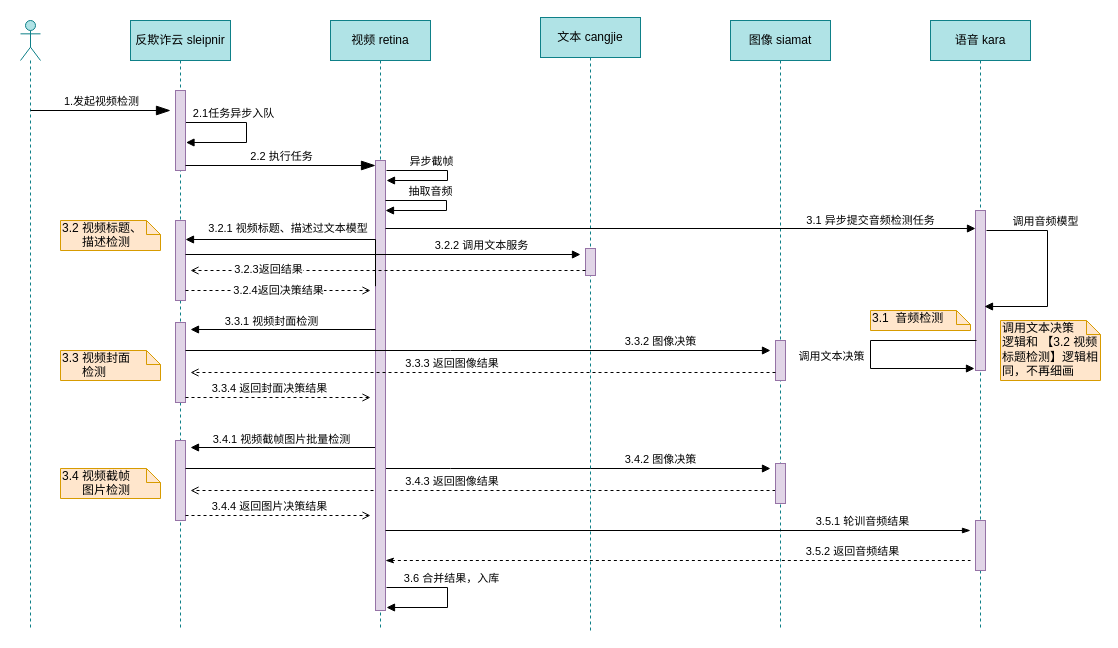
Before: 企业级调用时序图.drawio in gumuqi/draw.io, a draw.io diagram. Source tidied: cells renumbered, new cells numbered last; positions are measured from the earlier drawing's top-left corner, leaving out a move shared by most shapes. Both pictures are drawn from the tidied source at 100%, with x=0, y=0 at pixel (20, 17).
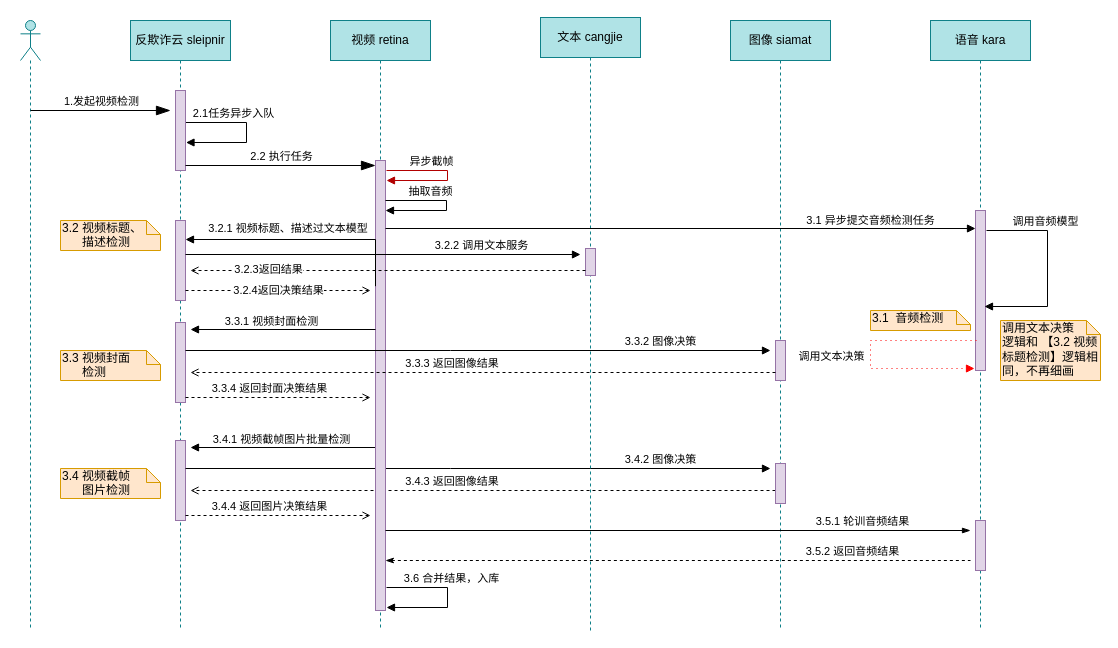
Above is the later version.

Commit message:
Update 企业级调用时序图.drawio

What changed in the source:
```diff
@@
-    <mxCell id="2" style="edgeStyle=orthogonalEdgeStyle;html=1;align=left;spacingLeft=2;endArrow=block;rounded=0;" parent="1" edge="1">
+    <mxCell id="2" style="edgeStyle=orthogonalEdgeStyle;html=1;align=left;spacingLeft=2;endArrow=block;rounded=0;fillColor=#e51400;strokeColor=#B20000;" parent="1" edge="1">
       <mxGeometry x="-0.14" y="36" relative="1" as="geometry">
         <mxPoint x="366" y="153" as="sourcePoint" />
         <mxPoint x="366" y="163" as="targetPoint" />
         <Array as="points">
           <mxPoint x="427" y="153" />
           <mxPoint x="427" y="163" />
         </Array>
         <mxPoint x="-16" y="-30" as="offset" />
       </mxGeometry>
     </mxCell>
@@
-    <mxCell id="59" style="edgeStyle=orthogonalEdgeStyle;html=1;align=left;spacingLeft=2;endArrow=block;rounded=0;entryX=0.9;entryY=0.6;entryDx=0;entryDy=0;entryPerimeter=0;" parent="1" edge="1">
+    <mxCell id="59" style="edgeStyle=orthogonalEdgeStyle;html=1;align=left;spacingLeft=2;endArrow=block;rounded=0;entryX=0.9;entryY=0.6;entryDx=0;entryDy=0;entryPerimeter=0;dashed=1;dashPattern=1 4;strokeColor=#FF0000;" parent="1" edge="1">
       <mxGeometry x="-0.14" y="36" relative="1" as="geometry">
         <mxPoint x="956" y="323" as="sourcePoint" />
         <mxPoint x="954" y="351" as="targetPoint" />
         <Array as="points">
           <mxPoint x="850" y="323" />
           <mxPoint x="850" y="351" />
         </Array>
         <mxPoint x="-16" y="-30" as="offset" />
       </mxGeometry>
     </mxCell>
```
